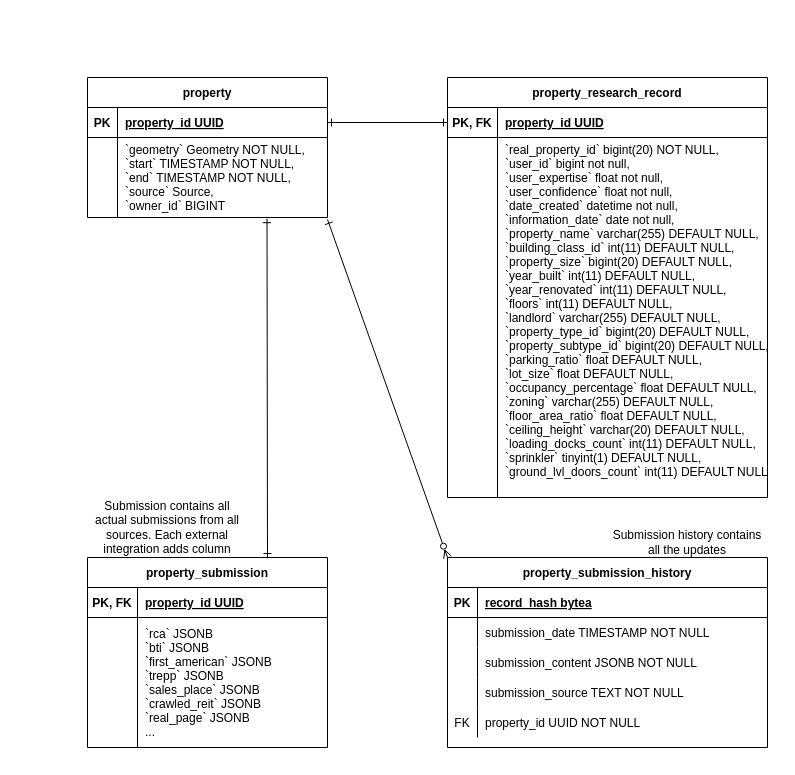
dmitry-worker/schema_gen keeps this draw.io diagram as Untitled Diagram.drawio. Above is the earlier version. Source tidied: cells renumbered, new cells numbered last; positions are measured from the earlier drawing's top-left corner, leaving out a move shared by most shapes. Both pictures are drawn from the tidied source at 100%, with x=0, y=0 at pixel (87, 77).
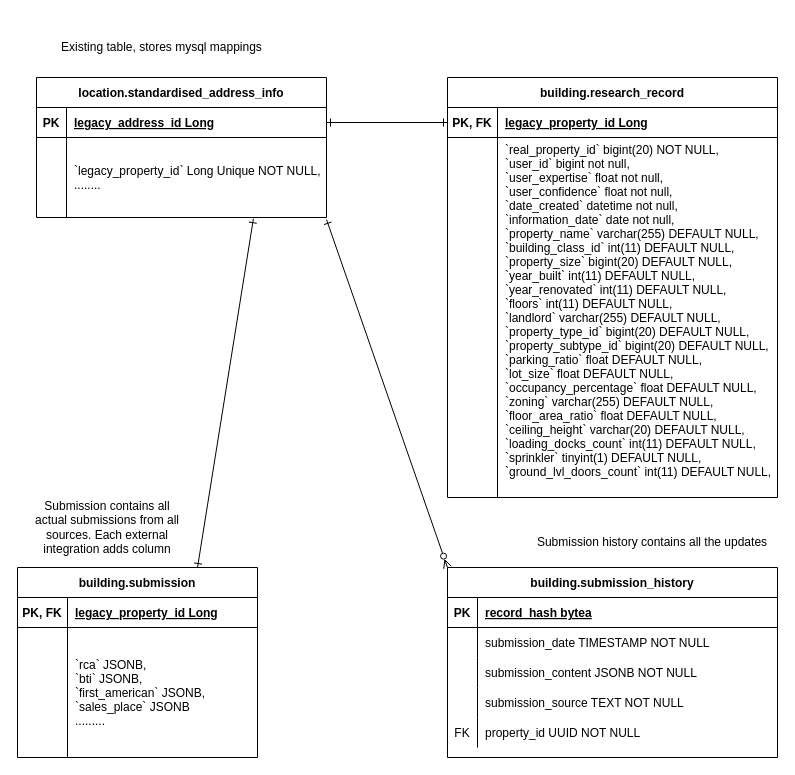
After the change.

Unchanged cells that the change refers to:
```xml
<mxCell id="3" style="shape=partialRectangle;fillColor=none;top=0;left=0;right=0;bottom=1;" parent="2" vertex="1">
  <mxGeometry y="30" width="240" height="30" as="geometry" />
</mxCell>
<mxCell id="6" style="shape=partialRectangle;fillColor=none;top=0;left=0;right=0;bottom=0;" parent="2" vertex="1">
  <mxGeometry y="60" width="240" height="130" as="geometry" />
</mxCell>
```

Diff of the diagram source:
```diff
@@
-    <mxCell id="2" value="property_submission" style="shape=table;startSize=30;childLayout=tableLayout;rowLines=0;fontStyle=1;align=center;" parent="1" vertex="1">
-      <mxGeometry y="480" width="240" height="190" as="geometry" />
+    <mxCell id="2" value="building.submission" style="shape=table;startSize=30;childLayout=tableLayout;rowLines=0;fontStyle=1;align=center;" parent="1" vertex="1">
+      <mxGeometry x="-70" y="490" width="240" height="190" as="geometry" />
     </mxCell>
@@
-    <mxCell id="5" value="property_id UUID" style="shape=partialRectangle;overflow=hidden;fillColor=none;top=0;left=0;bottom=0;right=0;align=left;spacingLeft=6;fontStyle=5;" parent="3" vertex="1">
+    <mxCell id="5" value="legacy_property_id Long" style="shape=partialRectangle;overflow=hidden;fillColor=none;top=0;left=0;bottom=0;right=0;align=left;spacingLeft=6;fontStyle=5;" parent="3" vertex="1">
       <mxGeometry x="50" width="190" height="30" as="geometry" />
     </mxCell>
@@
-    <mxCell id="8" value="`rca` JSONB&#10;`bti` JSONB&#10;`first_american` JSONB&#10;`trepp` JSONB&#10;`sales_place` JSONB&#10;`crawled_reit` JSONB&#10;`real_page` JSONB&#10;... " style="shape=partialRectangle;overflow=hidden;fillColor=none;top=0;left=0;bottom=0;right=0;align=left;spacingLeft=6;" parent="6" vertex="1">
+    <mxCell id="8" value="`rca` JSONB,&#10;`bti` JSONB,&#10;`first_american` JSONB,&#10;`sales_place` JSONB&#10;......... " style="shape=partialRectangle;overflow=hidden;fillColor=none;top=0;left=0;bottom=0;right=0;align=left;spacingLeft=6;" parent="6" vertex="1">
       <mxGeometry x="50" width="190" height="130" as="geometry" />
     </mxCell>
-    <mxCell id="9" value="property_submission_history" style="shape=table;startSize=30;childLayout=tableLayout;rowLines=0;fontStyle=1;align=center;" parent="1" vertex="1">
-      <mxGeometry x="360" y="480" width="320" height="190" as="geometry" />
+    <mxCell id="9" value="building.submission_history" style="shape=table;startSize=30;childLayout=tableLayout;rowLines=0;fontStyle=1;align=center;" parent="1" vertex="1">
+      <mxGeometry x="360" y="490" width="330" height="190" as="geometry" />
     </mxCell>
     <mxCell id="10" style="shape=partialRectangle;fillColor=none;top=0;left=0;right=0;bottom=1;" parent="9" vertex="1">
-      <mxGeometry y="30" width="320" height="30" as="geometry" />
+      <mxGeometry y="30" width="330" height="30" as="geometry" />
     </mxCell>
@@
     <mxCell id="12" value="record_hash bytea" style="shape=partialRectangle;overflow=hidden;fillColor=none;top=0;left=0;bottom=0;right=0;align=left;spacingLeft=6;fontStyle=5;" parent="10" vertex="1">
-      <mxGeometry x="30" width="290" height="30" as="geometry" />
+      <mxGeometry x="30" width="300" height="30" as="geometry" />
     </mxCell>
     <mxCell id="13" style="shape=partialRectangle;fillColor=none;top=0;left=0;right=0;bottom=0;" parent="9" vertex="1">
-      <mxGeometry y="60" width="320" height="30" as="geometry" />
+      <mxGeometry y="60" width="330" height="30" as="geometry" />
     </mxCell>
@@
     <mxCell id="15" value="submission_date TIMESTAMP NOT NULL" style="shape=partialRectangle;overflow=hidden;fillColor=none;top=0;left=0;bottom=0;right=0;align=left;spacingLeft=6;" parent="13" vertex="1">
-      <mxGeometry x="30" width="290" height="30" as="geometry" />
+      <mxGeometry x="30" width="300" height="30" as="geometry" />
     </mxCell>
     <mxCell id="16" style="shape=partialRectangle;fillColor=none;top=0;left=0;right=0;bottom=0;" parent="9" vertex="1">
-      <mxGeometry y="90" width="320" height="30" as="geometry" />
+      <mxGeometry y="90" width="330" height="30" as="geometry" />
     </mxCell>
@@
     <mxCell id="18" value="submission_content JSONB NOT NULL" style="shape=partialRectangle;overflow=hidden;fillColor=none;top=0;left=0;bottom=0;right=0;align=left;spacingLeft=6;" parent="16" vertex="1">
-      <mxGeometry x="30" width="290" height="30" as="geometry" />
+      <mxGeometry x="30" width="300" height="30" as="geometry" />
     </mxCell>
     <mxCell id="19" style="shape=partialRectangle;fillColor=none;top=0;left=0;right=0;bottom=0;" parent="9" vertex="1">
-      <mxGeometry y="120" width="320" height="30" as="geometry" />
+      <mxGeometry y="120" width="330" height="30" as="geometry" />
     </mxCell>
@@
     <mxCell id="21" value="submission_source TEXT NOT NULL" style="shape=partialRectangle;overflow=hidden;fillColor=none;top=0;left=0;bottom=0;right=0;align=left;spacingLeft=6;" parent="19" vertex="1">
-      <mxGeometry x="30" width="290" height="30" as="geometry" />
+      <mxGeometry x="30" width="300" height="30" as="geometry" />
     </mxCell>
     <mxCell id="22" style="shape=partialRectangle;fillColor=none;top=0;left=0;right=0;bottom=0;" parent="9" vertex="1">
-      <mxGeometry y="150" width="320" height="30" as="geometry" />
+      <mxGeometry y="150" width="330" height="30" as="geometry" />
     </mxCell>
@@
     <mxCell id="24" value="property_id UUID NOT NULL" style="shape=partialRectangle;overflow=hidden;fillColor=none;top=0;left=0;bottom=0;right=0;align=left;spacingLeft=6;" parent="22" vertex="1">
-      <mxGeometry x="30" width="290" height="30" as="geometry" />
+      <mxGeometry x="30" width="300" height="30" as="geometry" />
     </mxCell>
-    <mxCell id="25" value="property" style="shape=table;startSize=30;childLayout=tableLayout;rowLines=0;fontStyle=1;align=center;" parent="1" vertex="1">
-      <mxGeometry width="240" height="140" as="geometry" />
+    <mxCell id="25" value="location.standardised_address_info" style="shape=table;startSize=30;childLayout=tableLayout;rowLines=0;fontStyle=1;align=center;" parent="1" vertex="1">
+      <mxGeometry x="-51" width="290" height="140" as="geometry" />
     </mxCell>
     <mxCell id="26" style="shape=partialRectangle;fillColor=none;points=[[0,0.5],[1,0.5]];portConstraint=eastwest;top=0;left=0;right=0;bottom=1;" parent="25" vertex="1">
-      <mxGeometry y="30" width="240" height="30" as="geometry" />
+      <mxGeometry y="30" width="290" height="30" as="geometry" />
     </mxCell>
@@
-    <mxCell id="28" value="property_id UUID" style="shape=partialRectangle;overflow=hidden;fillColor=none;top=0;left=0;bottom=0;right=0;align=left;spacingLeft=6;fontStyle=5;" parent="26" vertex="1">
-      <mxGeometry x="30" width="210" height="30" as="geometry" />
+    <mxCell id="28" value="legacy_address_id Long" style="shape=partialRectangle;overflow=hidden;fillColor=none;top=0;left=0;bottom=0;right=0;align=left;spacingLeft=6;fontStyle=5;" parent="26" vertex="1">
+      <mxGeometry x="30" width="260" height="30" as="geometry" />
     </mxCell>
     <mxCell id="29" style="shape=partialRectangle;fillColor=none;points=[[0,0.5],[1,0.5]];portConstraint=eastwest;top=0;left=0;right=0;bottom=0;" parent="25" vertex="1">
-      <mxGeometry y="60" width="240" height="80" as="geometry" />
+      <mxGeometry y="60" width="290" height="80" as="geometry" />
     </mxCell>
@@
-    <mxCell id="31" value="`geometry` Geometry NOT NULL,&#10;`start` TIMESTAMP NOT NULL,&#10;`end` TIMESTAMP NOT NULL,&#10;`source` Source,&#10;`owner_id` BIGINT" style="shape=partialRectangle;overflow=hidden;fillColor=none;top=0;left=0;bottom=0;right=0;align=left;spacingLeft=6;" parent="29" vertex="1">
-      <mxGeometry x="30" width="210" height="80" as="geometry" />
+    <mxCell id="31" value="`legacy_property_id` Long Unique NOT NULL,&#10;........" style="shape=partialRectangle;overflow=hidden;fillColor=none;top=0;left=0;bottom=0;right=0;align=left;spacingLeft=6;" parent="29" vertex="1">
+      <mxGeometry x="30" width="260" height="80" as="geometry" />
     </mxCell>
@@
-    <mxCell id="33" value="property_research_record" style="shape=table;startSize=30;childLayout=tableLayout;rowLines=0;fontStyle=1;align=center;" parent="1" vertex="1">
-      <mxGeometry x="360" width="320" height="420" as="geometry" />
+    <mxCell id="33" value="building.research_record" style="shape=table;startSize=30;childLayout=tableLayout;rowLines=0;fontStyle=1;align=center;" parent="1" vertex="1">
+      <mxGeometry x="360" width="330" height="420" as="geometry" />
     </mxCell>
     <mxCell id="34" style="shape=partialRectangle;fillColor=none;points=[[0,0.5],[1,0.5]];portConstraint=eastwest;top=0;left=0;right=0;bottom=1;" parent="33" vertex="1">
-      <mxGeometry y="30" width="320" height="30" as="geometry" />
+      <mxGeometry y="30" width="330" height="30" as="geometry" />
     </mxCell>
@@
-    <mxCell id="36" value="property_id UUID" style="shape=partialRectangle;overflow=hidden;fillColor=none;top=0;left=0;bottom=0;right=0;align=left;spacingLeft=6;fontStyle=5;" parent="34" vertex="1">
-      <mxGeometry x="50" width="270" height="30" as="geometry" />
+    <mxCell id="36" value="legacy_property_id Long" style="shape=partialRectangle;overflow=hidden;fillColor=none;top=0;left=0;bottom=0;right=0;align=left;spacingLeft=6;fontStyle=5;" parent="34" vertex="1">
+      <mxGeometry x="50" width="280" height="30" as="geometry" />
     </mxCell>
     <mxCell id="37" style="shape=partialRectangle;fillColor=none;top=0;left=0;right=0;bottom=0;" parent="33" vertex="1">
-      <mxGeometry y="60" width="320" height="360" as="geometry" />
+      <mxGeometry y="60" width="330" height="360" as="geometry" />
     </mxCell>
@@
     <mxCell id="39" value="`real_property_id` bigint(20) NOT NULL,&#10;`user_id` bigint not null,&#10;`user_expertise` float not null,&#10;`user_confidence` float not null,&#10;`date_created` datetime not null,&#10;`information_date` date not null,&#10;`property_name` varchar(255) DEFAULT NULL,&#10;`building_class_id` int(11) DEFAULT NULL,&#10;`property_size` bigint(20) DEFAULT NULL,&#10;`year_built` int(11) DEFAULT NULL,&#10;`year_renovated` int(11) DEFAULT NULL,&#10;`floors` int(11) DEFAULT NULL,&#10;`landlord` varchar(255) DEFAULT NULL,&#10;`property_type_id` bigint(20) DEFAULT NULL,&#10;`property_subtype_id` bigint(20) DEFAULT NULL,&#10;`parking_ratio` float DEFAULT NULL,&#10;`lot_size` float DEFAULT NULL,&#10;`occupancy_percentage` float DEFAULT NULL,&#10;`zoning` varchar(255) DEFAULT NULL,&#10;`floor_area_ratio` float DEFAULT NULL,&#10;`ceiling_height` varchar(20) DEFAULT NULL,&#10;`loading_docks_count` int(11) DEFAULT NULL,&#10;`sprinkler` tinyint(1) DEFAULT NULL,&#10;`ground_lvl_doors_count` int(11) DEFAULT NULL,&#10;" style="shape=partialRectangle;overflow=hidden;fillColor=none;top=0;left=0;bottom=0;right=0;align=left;spacingLeft=6;" parent="37" vertex="1">
-      <mxGeometry x="50" width="270" height="360" as="geometry" />
+      <mxGeometry x="50" width="280" height="360" as="geometry" />
     </mxCell>
@@
     <mxCell id="41" value="Submission contains all actual submissions from all sources. Each external integration adds column" style="text;html=1;strokeColor=none;fillColor=none;align=center;verticalAlign=middle;whiteSpace=wrap;rounded=0;" parent="1" vertex="1">
-      <mxGeometry y="420" width="160" height="60" as="geometry" />
+      <mxGeometry x="-60" y="420" width="160" height="60" as="geometry" />
     </mxCell>
     <mxCell id="42" value="Submission history contains all the updates" style="text;html=1;strokeColor=none;fillColor=none;align=center;verticalAlign=middle;whiteSpace=wrap;rounded=0;" parent="1" vertex="1">
-      <mxGeometry x="520" y="450" width="160" height="30" as="geometry" />
+      <mxGeometry x="440" y="450" width="250" height="30" as="geometry" />
     </mxCell>
@@
+    <mxCell id="44" value="Existing table, stores mysql mappings" style="text;html=1;strokeColor=none;fillColor=none;align=center;verticalAlign=middle;whiteSpace=wrap;rounded=0;" parent="1" vertex="1">
+      <mxGeometry x="-51" y="-60" width="251" height="60" as="geometry" />
+    </mxCell>
```
